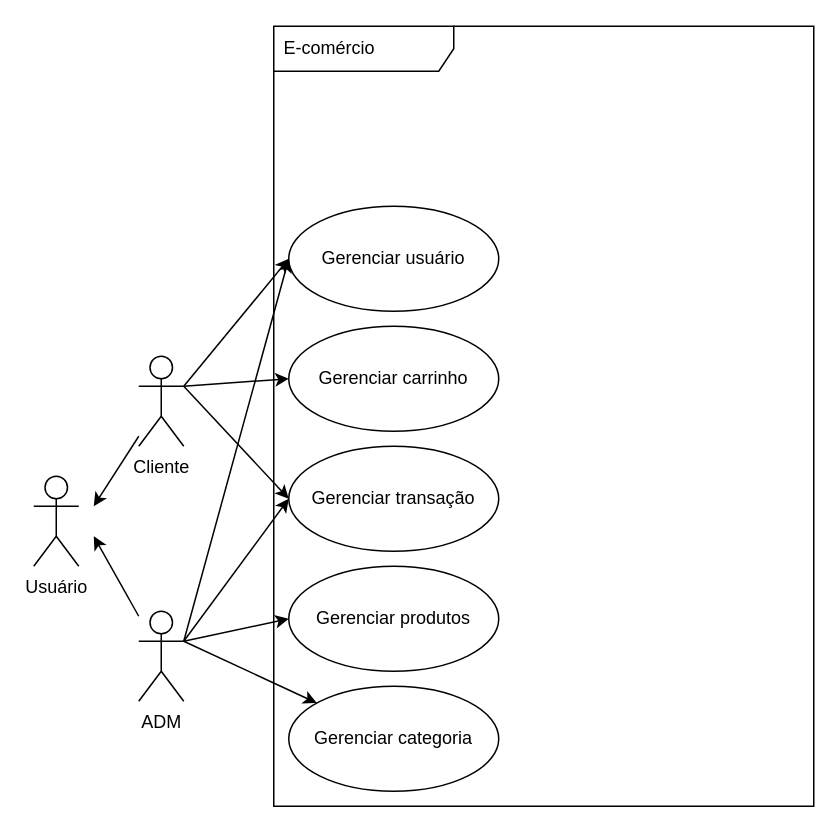
Earlier version of the draw.io diagram page "Visão geral" (1 of 2) of requirements/ecommerce-use-case.drawio (WerikJahel/ecommerce). Source tidied: cells renumbered, new cells numbered last; positions are measured from the earlier drawing's top-left corner, leaving out a move shared by most shapes. Both pictures are drawn from the tidied source at 150%, with x=0, y=0 at pixel (33, 26).
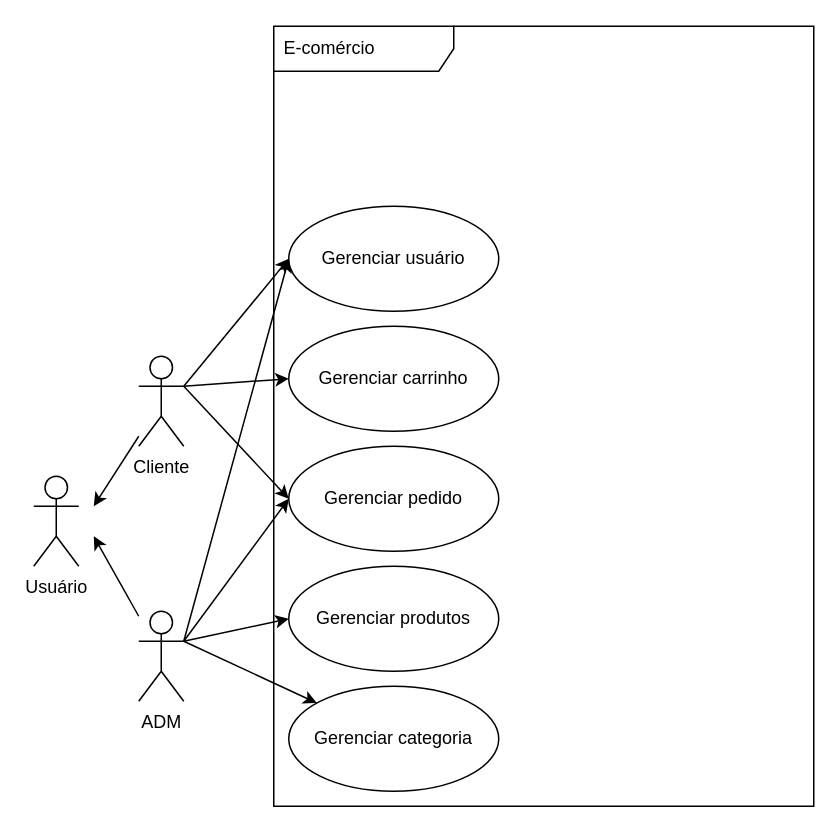
The same diagram, later.

What changed in the source:
```diff
@@
-    <mxCell id="10" value="Gerenciar transação" style="ellipse;whiteSpace=wrap;html=1;" parent="1" vertex="1">
+    <mxCell id="10" value="Gerenciar pedido" style="ellipse;whiteSpace=wrap;html=1;" parent="1" vertex="1">
       <mxGeometry x="170" y="280" width="140" height="70" as="geometry" />
     </mxCell>
```
